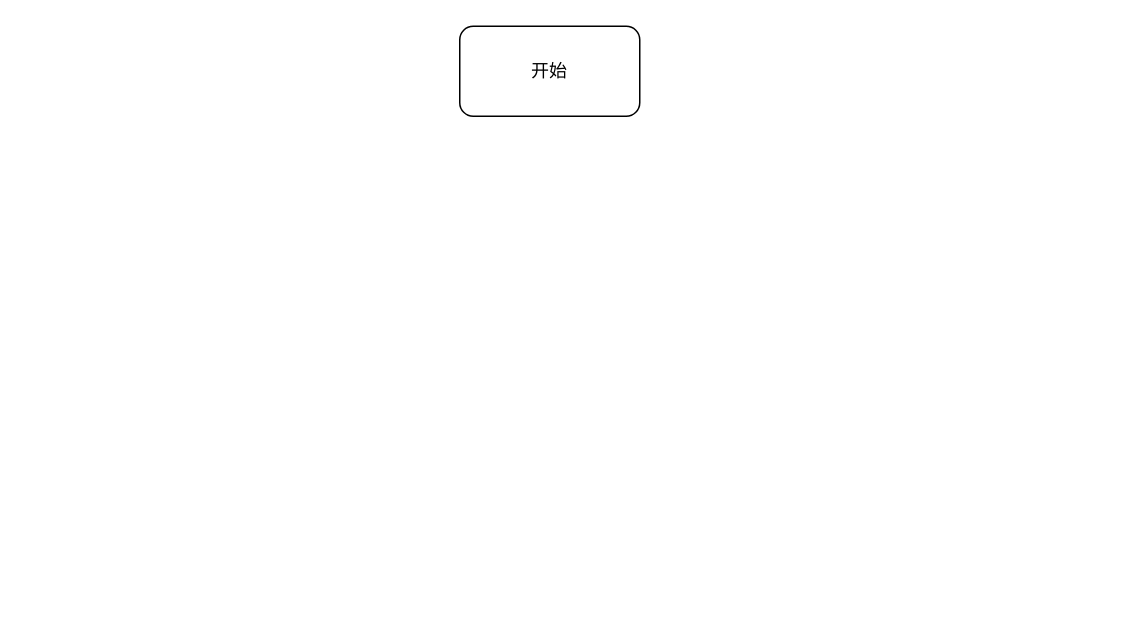
This is kcsj.drawio from swx12138/swx12138.github.io, a draw.io file, before an edit. Source tidied: cells renumbered, new cells numbered last; positions are measured from the earlier drawing's top-left corner, leaving out a move shared by most shapes. Both pictures are drawn from the tidied source at 150%, with x=0, y=0 at pixel (459, 26).
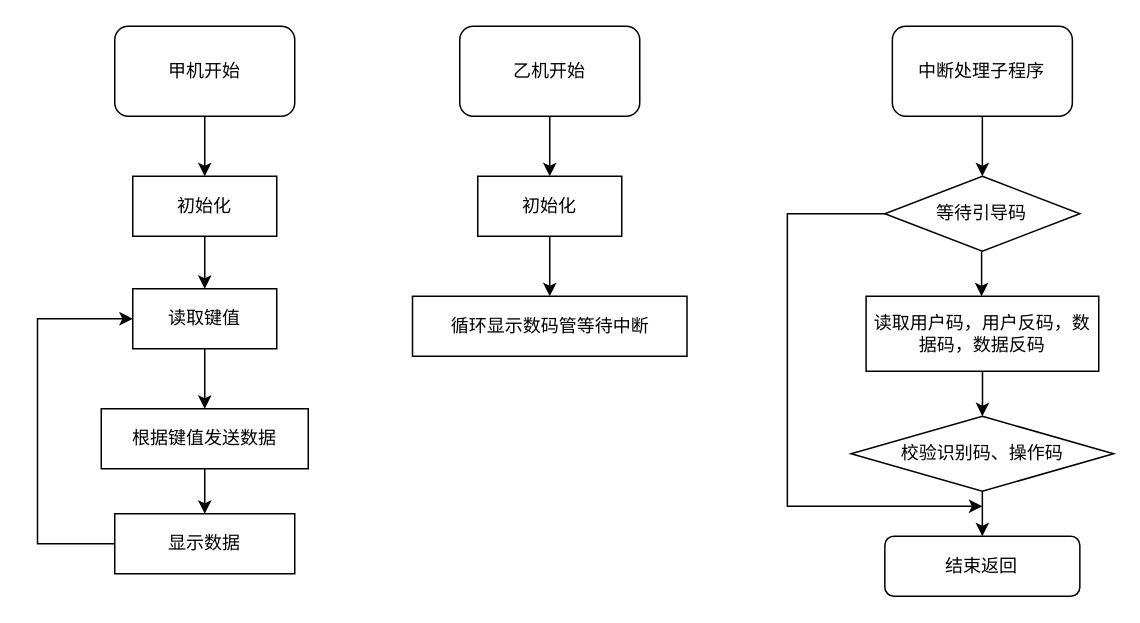
Above is the later version.

What changed in the source:
```diff
@@
+    <mxCell id="3" style="edgeStyle=orthogonalEdgeStyle;rounded=0;jettySize=auto;html=1;" parent="1" edge="1" source="2" target="5">
+      <mxGeometry relative="1" as="geometry" />
+    </mxCell>
-    <mxCell id="2" value="开始" style="rounded=1;whiteSpace=wrap;html=1;" parent="1" vertex="1">
+    <mxCell id="2" value="乙机开始" style="rounded=1;whiteSpace=wrap;html=1;" parent="1" vertex="1">
       <mxGeometry width="120" height="60" as="geometry" />
     </mxCell>
+    <mxCell id="4" style="edgeStyle=orthogonalEdgeStyle;rounded=0;jettySize=auto;html=1;" parent="1" edge="1" source="5" target="6">
+      <mxGeometry relative="1" as="geometry" />
+    </mxCell>
+    <mxCell id="5" value="初始化" style="rounded=0;whiteSpace=wrap;html=1;" parent="1" vertex="1">
+      <mxGeometry x="12" y="100" width="96" height="40" as="geometry" />
+    </mxCell>
+    <mxCell id="6" value="循环显示数码管等待中断" style="rounded=0;whiteSpace=wrap;html=1;" parent="1" vertex="1">
+      <mxGeometry x="-31.5" y="180" width="183" height="40" as="geometry" />
+    </mxCell>
+    <mxCell id="7" style="edgeStyle=orthogonalEdgeStyle;rounded=0;jettySize=auto;html=1;entryX=0.5;entryY=0;entryDx=0;entryDy=0;" parent="1" edge="1" source="8" target="12">
+      <mxGeometry relative="1" as="geometry" />
+    </mxCell>
+    <mxCell id="8" value="中断处理子程序" style="rounded=1;whiteSpace=wrap;html=1;" parent="1" vertex="1">
+      <mxGeometry x="288.4" width="120" height="60" as="geometry" />
+    </mxCell>
+    <mxCell id="9" style="edgeStyle=orthogonalEdgeStyle;rounded=0;jettySize=auto;html=1;" parent="1" edge="1" source="10">
+      <mxGeometry relative="1" as="geometry">
+        <mxPoint x="348.4" y="260" as="targetPoint" />
+      </mxGeometry>
+    </mxCell>
+    <mxCell id="10" value="读取用户码，用户反码，数据码，数据反码" style="rounded=0;whiteSpace=wrap;html=1;" parent="1" vertex="1">
+      <mxGeometry x="270.9" y="180" width="155.1" height="50" as="geometry" />
+    </mxCell>
+    <mxCell id="11" style="edgeStyle=orthogonalEdgeStyle;rounded=0;jettySize=auto;html=1;exitX=0;exitY=0.5;exitDx=0;exitDy=0;" parent="1" edge="1" source="12">
+      <mxGeometry relative="1" as="geometry">
+        <mxPoint x="348.4" y="320" as="targetPoint" />
+        <Array as="points">
+          <mxPoint x="218.4" y="125" />
+          <mxPoint x="218.4" y="320" />
+        </Array>
+      </mxGeometry>
+    </mxCell>
+    <mxCell id="12" value="等待引导码" style="rhombus;whiteSpace=wrap;html=1;" parent="1" vertex="1">
+      <mxGeometry x="283.4" y="100" width="130" height="50" as="geometry" />
+    </mxCell>
+    <mxCell id="13" style="endArrow=classic;html=1;" parent="1" edge="1">
+      <mxGeometry relative="1" as="geometry">
+        <mxPoint x="347.9" y="150" as="sourcePoint" />
+        <mxPoint x="348.4" y="180" as="targetPoint" />
+        <Array as="points">
+          <mxPoint x="347.9" y="180" />
+        </Array>
+      </mxGeometry>
+    </mxCell>
+    <mxCell id="14" style="edgeStyle=orthogonalEdgeStyle;rounded=0;jettySize=auto;html=1;" parent="1" edge="1" source="15" target="16">
+      <mxGeometry relative="1" as="geometry" />
+    </mxCell>
+    <mxCell id="15" value="校验识别码、操作码" style="rhombus;whiteSpace=wrap;html=1;rounded=0;" parent="1" vertex="1">
+      <mxGeometry x="260.9" y="260" width="175" height="50" as="geometry" />
+    </mxCell>
+    <mxCell id="16" value="结束返回" style="rounded=1;whiteSpace=wrap;html=1;" parent="1" vertex="1">
+      <mxGeometry x="283.4" y="340" width="130" height="40" as="geometry" />
+    </mxCell>
+    <mxCell id="17" style="edgeStyle=orthogonalEdgeStyle;rounded=0;orthogonalLoop=1;jettySize=auto;html=1;entryX=0.5;entryY=0;entryDx=0;entryDy=0;" parent="1" edge="1">
+      <mxGeometry relative="1" as="geometry">
+        <mxPoint x="-170" y="60" as="sourcePoint" />
+        <mxPoint x="-170" y="100" as="targetPoint" />
+        <Array as="points">
+          <mxPoint x="-170" y="80" />
+          <mxPoint x="-170" y="80" />
+        </Array>
+      </mxGeometry>
+    </mxCell>
+    <mxCell id="18" value="甲机开始" style="rounded=1;whiteSpace=wrap;html=1;" parent="1" vertex="1">
+      <mxGeometry x="-230" width="120" height="60" as="geometry" />
+    </mxCell>
+    <mxCell id="19" style="edgeStyle=orthogonalEdgeStyle;rounded=0;jettySize=auto;html=1;" parent="1" edge="1" source="20" target="24">
+      <mxGeometry relative="1" as="geometry" />
+    </mxCell>
+    <mxCell id="20" value="初始化" style="rounded=0;whiteSpace=wrap;html=1;" parent="1" vertex="1">
+      <mxGeometry x="-218" y="100" width="96" height="40" as="geometry" />
+    </mxCell>
+    <mxCell id="21" style="edgeStyle=orthogonalEdgeStyle;rounded=0;jettySize=auto;html=1;entryX=0;entryY=0.5;entryDx=0;entryDy=0;" parent="1" edge="1" source="22" target="24">
+      <mxGeometry relative="1" as="geometry">
+        <Array as="points">
+          <mxPoint x="-281.5" y="345" />
+          <mxPoint x="-281.5" y="195" />
+        </Array>
+      </mxGeometry>
+    </mxCell>
+    <mxCell id="22" value="显示数据" style="rounded=0;whiteSpace=wrap;html=1;" parent="1" vertex="1">
+      <mxGeometry x="-230" y="325" width="120" height="40" as="geometry" />
+    </mxCell>
+    <mxCell id="23" style="edgeStyle=orthogonalEdgeStyle;rounded=0;jettySize=auto;html=1;" parent="1" edge="1" source="24" target="26">
+      <mxGeometry relative="1" as="geometry" />
+    </mxCell>
+    <mxCell id="24" value="读取键值" style="rounded=0;whiteSpace=wrap;html=1;" parent="1" vertex="1">
+      <mxGeometry x="-218" y="175" width="96" height="40" as="geometry" />
+    </mxCell>
+    <mxCell id="25" style="edgeStyle=orthogonalEdgeStyle;rounded=0;jettySize=auto;html=1;" parent="1" edge="1" source="26" target="22">
+      <mxGeometry relative="1" as="geometry" />
+    </mxCell>
+    <mxCell id="26" value="根据键值发送数据" style="rounded=0;whiteSpace=wrap;html=1;" parent="1" vertex="1">
+      <mxGeometry x="-239" y="255" width="138" height="40" as="geometry" />
+    </mxCell>
```
